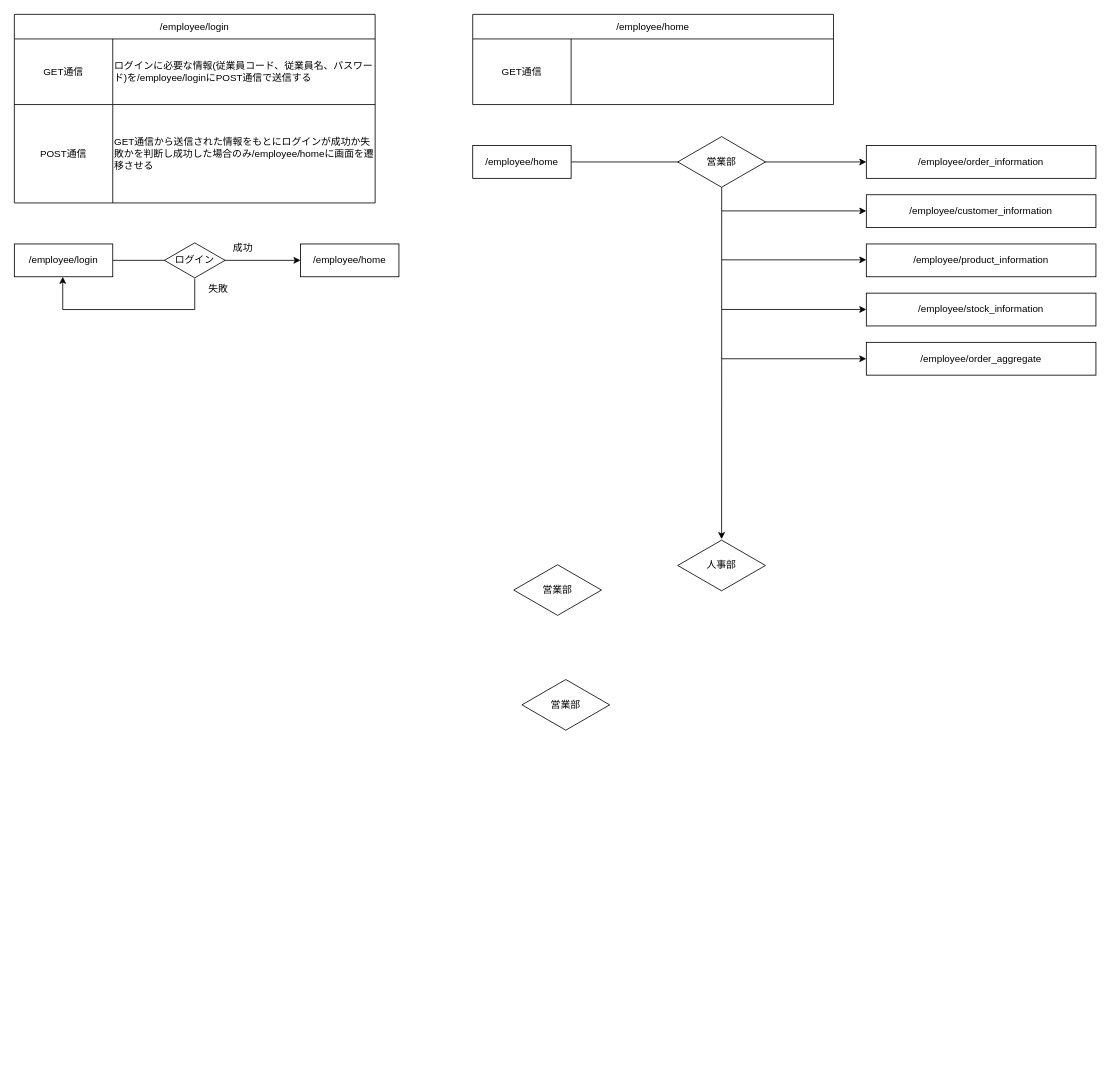
This is page "画面遷移図" (2 of 7) of draw.io/details.drawio from kmjak/Django-Production-Task, a draw.io file, before an edit. Source tidied: cells renumbered, new cells numbered last; positions are measured from the earlier drawing's top-left corner, leaving out a move shared by most shapes. Both pictures are drawn from the tidied source at 82%, with x=0, y=0 at pixel (14, 14).
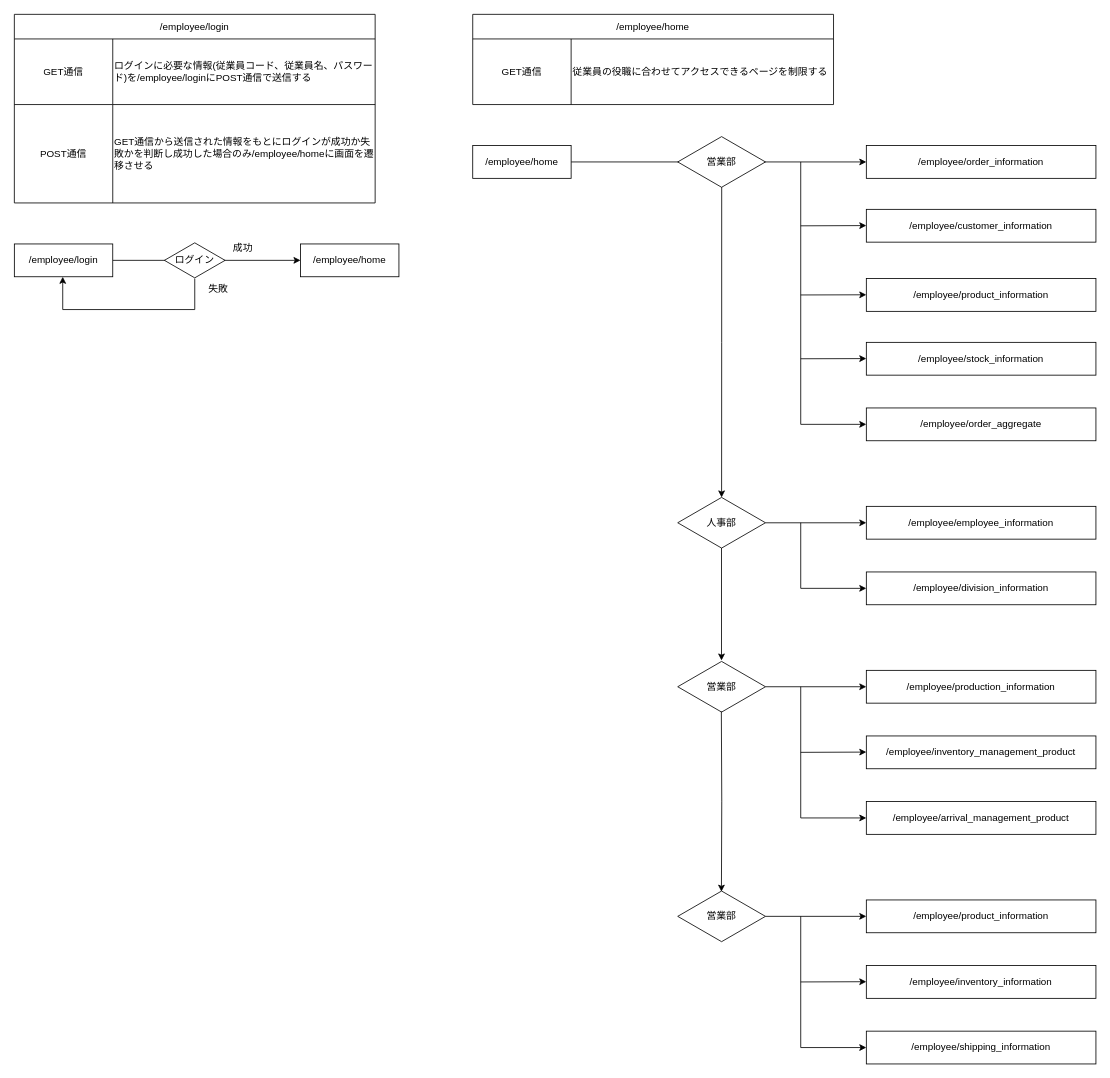
The same page after the edit.

Unchanged cells that the change refers to:
```xml
<mxCell id="17" style="shape=tableRow;horizontal=0;startSize=0;swimlaneHead=0;swimlaneBody=0;strokeColor=inherit;top=0;left=0;bottom=0;right=0;fillColor=none;" parent="16" vertex="1">
  <mxGeometry y="30" width="440" height="80" as="geometry" />
</mxCell>
<mxCell id="24" value="営業部" style="html=1;whiteSpace=wrap;shape=isoRectangle;" parent="1" vertex="1">
  <mxGeometry x="809" y="147.9" width="107" height="64.2" as="geometry" />
</mxCell>
```

Diff of the diagram source:
```diff
@@
-    <mxCell id="19" style="shape=partialRectangle;html=1;whiteSpace=wrap;strokeColor=inherit;overflow=hidden;fillColor=none;top=0;left=0;bottom=0;right=0;align=left;" parent="17" vertex="1">
+    <mxCell id="19" value="従業員の役職に合わせてアクセスできるページを制限する" style="shape=partialRectangle;html=1;whiteSpace=wrap;strokeColor=inherit;overflow=hidden;fillColor=none;top=0;left=0;bottom=0;right=0;align=left;" parent="17" vertex="1">
       <mxGeometry x="120" width="320" height="80" as="geometry" />
     </mxCell>
@@
-    <mxCell id="23" style="edgeStyle=orthogonalEdgeStyle;rounded=0;jettySize=auto;html=1;exitX=0.501;exitY=0.977;exitDx=0;exitDy=0;exitPerimeter=0;" parent="1" edge="1" source="24" target="26">
+    <mxCell id="23" style="edgeStyle=orthogonalEdgeStyle;rounded=0;jettySize=auto;html=1;exitX=0.501;exitY=0.977;exitDx=0;exitDy=0;exitPerimeter=0;entryX=0.5;entryY=0.02;entryDx=0;entryDy=0;entryPerimeter=0;" parent="1" edge="1" source="24" target="26">
       <mxGeometry relative="1" as="geometry" />
     </mxCell>
@@
     <mxCell id="25" value="/employee/customer_information" style="rounded=0;whiteSpace=wrap;html=1;" parent="1" vertex="1">
-      <mxGeometry x="1039" y="220" width="280" height="40" as="geometry" />
+      <mxGeometry x="1039" y="237.8" width="280" height="40" as="geometry" />
     </mxCell>
     <mxCell id="26" value="人事部" style="html=1;whiteSpace=wrap;shape=isoRectangle;" parent="1" vertex="1">
-      <mxGeometry x="809" y="640" width="107" height="64.2" as="geometry" />
+      <mxGeometry x="809" y="587.9" width="107" height="64.2" as="geometry" />
     </mxCell>
     <mxCell id="27" value="営業部" style="html=1;whiteSpace=wrap;shape=isoRectangle;" parent="1" vertex="1">
-      <mxGeometry x="609" y="670" width="107" height="64.2" as="geometry" />
+      <mxGeometry x="809" y="787.9" width="107" height="64.2" as="geometry" />
     </mxCell>
     <mxCell id="28" value="営業部" style="html=1;whiteSpace=wrap;shape=isoRectangle;" parent="1" vertex="1">
-      <mxGeometry x="619" y="810" width="107" height="64.2" as="geometry" />
+      <mxGeometry x="809" y="1067.9" width="107" height="64.2" as="geometry" />
     </mxCell>
     <mxCell id="29" value="/employee/product_information" style="rounded=0;whiteSpace=wrap;html=1;" parent="1" vertex="1">
-      <mxGeometry x="1039" y="280" width="280" height="40" as="geometry" />
+      <mxGeometry x="1039" y="322.2" width="280" height="40" as="geometry" />
     </mxCell>
     <mxCell id="30" value="/employee/stock_information" style="rounded=0;whiteSpace=wrap;html=1;" parent="1" vertex="1">
-      <mxGeometry x="1039" y="340" width="280" height="40" as="geometry" />
+      <mxGeometry x="1039" y="400" width="280" height="40" as="geometry" />
     </mxCell>
     <mxCell id="31" value="/employee/order_aggregate" style="rounded=0;whiteSpace=wrap;html=1;" parent="1" vertex="1">
-      <mxGeometry x="1039" y="400" width="280" height="40" as="geometry" />
+      <mxGeometry x="1039" y="480" width="280" height="40" as="geometry" />
     </mxCell>
-    <mxCell id="32" style="endArrow=classic;html=1;rounded=0;entryX=0;entryY=0.5;entryDx=0;entryDy=0;" parent="1" edge="1" target="31">
-      <mxGeometry relative="1" as="geometry">
-        <mxPoint x="863" y="420" as="sourcePoint" />
-      </mxGeometry>
-    </mxCell>
-    <mxCell id="33" style="endArrow=classic;html=1;rounded=0;entryX=0;entryY=0.5;entryDx=0;entryDy=0;" parent="1" edge="1">
-      <mxGeometry relative="1" as="geometry">
-        <mxPoint x="863" y="359.9" as="sourcePoint" />
-        <mxPoint x="1039" y="359.9" as="targetPoint" />
-      </mxGeometry>
-    </mxCell>
-    <mxCell id="34" style="endArrow=classic;html=1;rounded=0;entryX=0;entryY=0.5;entryDx=0;entryDy=0;" parent="1" edge="1">
-      <mxGeometry relative="1" as="geometry">
-        <mxPoint x="863" y="299.4" as="sourcePoint" />
-        <mxPoint x="1039" y="299.4" as="targetPoint" />
-      </mxGeometry>
-    </mxCell>
-    <mxCell id="35" style="endArrow=classic;html=1;rounded=0;entryX=0;entryY=0.5;entryDx=0;entryDy=0;" parent="1" edge="1">
-      <mxGeometry relative="1" as="geometry">
-        <mxPoint x="863" y="239.7" as="sourcePoint" />
-        <mxPoint x="1039" y="239.7" as="targetPoint" />
-      </mxGeometry>
-    </mxCell>
+    <mxCell id="36" value="/employee/division_information" style="rounded=0;whiteSpace=wrap;html=1;" parent="1" vertex="1">
+      <mxGeometry x="1039" y="680" width="280" height="40" as="geometry" />
+    </mxCell>
+    <mxCell id="37" style="endArrow=classic;html=1;rounded=0;" parent="1" edge="1" target="36">
+      <mxGeometry relative="1" as="geometry">
+        <mxPoint x="959" y="620" as="sourcePoint" />
+        <Array as="points">
+          <mxPoint x="959" y="700" />
+        </Array>
+      </mxGeometry>
+    </mxCell>
+    <mxCell id="38" value="/employee/employee_information" style="rounded=0;whiteSpace=wrap;html=1;" parent="1" vertex="1">
+      <mxGeometry x="1039" y="600" width="280" height="40" as="geometry" />
+    </mxCell>
+    <mxCell id="39" style="endArrow=classic;html=1;rounded=0;exitX=1;exitY=0.501;exitDx=0;exitDy=0;exitPerimeter=0;" parent="1" edge="1" source="26" target="38">
+      <mxGeometry relative="1" as="geometry" />
+    </mxCell>
+    <mxCell id="40" style="endArrow=classic;html=1;rounded=0;entryX=0;entryY=0.5;entryDx=0;entryDy=0;" parent="1" edge="1" target="31">
+      <mxGeometry relative="1" as="geometry">
+        <mxPoint x="959" y="180" as="sourcePoint" />
+        <Array as="points">
+          <mxPoint x="959" y="500" />
+        </Array>
+      </mxGeometry>
+    </mxCell>
+    <mxCell id="41" style="endArrow=classic;html=1;rounded=0;entryX=0;entryY=0.5;entryDx=0;entryDy=0;" parent="1" edge="1">
+      <mxGeometry relative="1" as="geometry">
+        <mxPoint x="959" y="342.2" as="sourcePoint" />
+        <mxPoint x="1039" y="342" as="targetPoint" />
+      </mxGeometry>
+    </mxCell>
+    <mxCell id="42" style="endArrow=classic;html=1;rounded=0;entryX=0;entryY=0.5;entryDx=0;entryDy=0;" parent="1" edge="1">
+      <mxGeometry relative="1" as="geometry">
+        <mxPoint x="959" y="420" as="sourcePoint" />
+        <mxPoint x="1039" y="419.8" as="targetPoint" />
+      </mxGeometry>
+    </mxCell>
+    <mxCell id="43" style="endArrow=classic;html=1;rounded=0;entryX=0;entryY=0.5;entryDx=0;entryDy=0;" parent="1" edge="1">
+      <mxGeometry relative="1" as="geometry">
+        <mxPoint x="959" y="257.9" as="sourcePoint" />
+        <mxPoint x="1039" y="257.6" as="targetPoint" />
+      </mxGeometry>
+    </mxCell>
+    <mxCell id="44" value="/employee/production_information" style="rounded=0;whiteSpace=wrap;html=1;" parent="1" vertex="1">
+      <mxGeometry x="1039" y="800" width="280" height="40" as="geometry" />
+    </mxCell>
+    <mxCell id="45" value="/employee/arrival_management_product" style="rounded=0;whiteSpace=wrap;html=1;" parent="1" vertex="1">
+      <mxGeometry x="1039" y="960" width="280" height="40" as="geometry" />
+    </mxCell>
+    <mxCell id="46" value="/employee/inventory_management_product" style="rounded=0;whiteSpace=wrap;html=1;" parent="1" vertex="1">
+      <mxGeometry x="1039" y="880" width="280" height="40" as="geometry" />
+    </mxCell>
+    <mxCell id="47" style="edgeStyle=orthogonalEdgeStyle;rounded=0;jettySize=auto;html=1;exitX=0.499;exitY=0.979;exitDx=0;exitDy=0;exitPerimeter=0;entryX=0.499;entryY=0.002;entryDx=0;entryDy=0;entryPerimeter=0;" parent="1" edge="1" source="26" target="27">
+      <mxGeometry relative="1" as="geometry" />
+    </mxCell>
+    <mxCell id="48" style="endArrow=classic;html=1;rounded=0;entryX=0;entryY=0.5;entryDx=0;entryDy=0;" parent="1" edge="1" target="45">
+      <mxGeometry relative="1" as="geometry">
+        <mxPoint x="959" y="820" as="sourcePoint" />
+        <Array as="points">
+          <mxPoint x="959" y="980" />
+        </Array>
+      </mxGeometry>
+    </mxCell>
+    <mxCell id="49" style="endArrow=classic;html=1;rounded=0;exitX=1;exitY=0.501;exitDx=0;exitDy=0;exitPerimeter=0;" parent="1" edge="1">
+      <mxGeometry relative="1" as="geometry">
+        <mxPoint x="916" y="820" as="sourcePoint" />
+        <mxPoint x="1039" y="820" as="targetPoint" />
+      </mxGeometry>
+    </mxCell>
+    <mxCell id="50" style="endArrow=classic;html=1;rounded=0;entryX=0;entryY=0.5;entryDx=0;entryDy=0;" parent="1" edge="1">
+      <mxGeometry relative="1" as="geometry">
+        <mxPoint x="959" y="900" as="sourcePoint" />
+        <mxPoint x="1039" y="899.7" as="targetPoint" />
+      </mxGeometry>
+    </mxCell>
+    <mxCell id="51" value="/employee/product_information" style="rounded=0;whiteSpace=wrap;html=1;" parent="1" vertex="1">
+      <mxGeometry x="1039" y="1080" width="280" height="40" as="geometry" />
+    </mxCell>
+    <mxCell id="52" value="/employee/shipping_information" style="rounded=0;whiteSpace=wrap;html=1;" parent="1" vertex="1">
+      <mxGeometry x="1039" y="1240" width="280" height="40" as="geometry" />
+    </mxCell>
+    <mxCell id="53" value="/employee/inventory_information" style="rounded=0;whiteSpace=wrap;html=1;" parent="1" vertex="1">
+      <mxGeometry x="1039" y="1160" width="280" height="40" as="geometry" />
+    </mxCell>
+    <mxCell id="54" style="endArrow=classic;html=1;rounded=0;entryX=0;entryY=0.5;entryDx=0;entryDy=0;" parent="1" edge="1" target="52">
+      <mxGeometry relative="1" as="geometry">
+        <mxPoint x="959" y="1100" as="sourcePoint" />
+        <Array as="points">
+          <mxPoint x="959" y="1260" />
+        </Array>
+      </mxGeometry>
+    </mxCell>
+    <mxCell id="55" style="endArrow=classic;html=1;rounded=0;exitX=1;exitY=0.501;exitDx=0;exitDy=0;exitPerimeter=0;" parent="1" edge="1">
+      <mxGeometry relative="1" as="geometry">
+        <mxPoint x="916" y="1100" as="sourcePoint" />
+        <mxPoint x="1039" y="1100" as="targetPoint" />
+      </mxGeometry>
+    </mxCell>
+    <mxCell id="56" style="endArrow=classic;html=1;rounded=0;entryX=0;entryY=0.5;entryDx=0;entryDy=0;" parent="1" edge="1">
+      <mxGeometry relative="1" as="geometry">
+        <mxPoint x="959" y="1180" as="sourcePoint" />
+        <mxPoint x="1039" y="1179.7" as="targetPoint" />
+      </mxGeometry>
+    </mxCell>
+    <mxCell id="57" style="edgeStyle=orthogonalEdgeStyle;rounded=0;jettySize=auto;html=1;exitX=0.499;exitY=0.979;exitDx=0;exitDy=0;exitPerimeter=0;entryX=0.498;entryY=0.032;entryDx=0;entryDy=0;entryPerimeter=0;" parent="1" edge="1" target="28">
+      <mxGeometry relative="1" as="geometry">
+        <mxPoint x="862.2" y="850" as="sourcePoint" />
+      </mxGeometry>
+    </mxCell>
```
